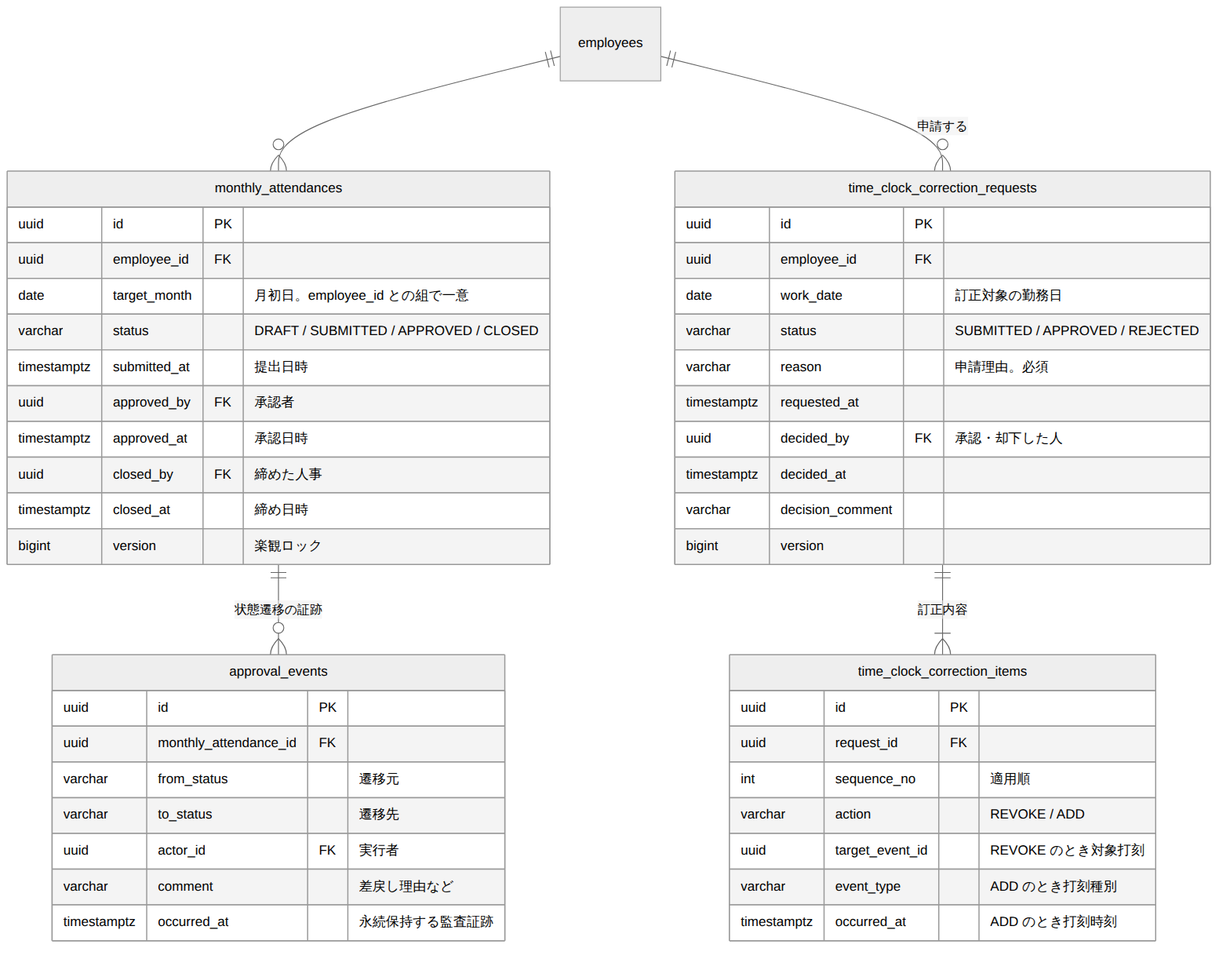
Earlier version of the Mermaid export doc/02_詳細設計/05_申請承認と締め/images/ER図.png (masaki-i02/newJavaProject). Its source is kept beside it as doc/02_詳細設計/05_申請承認と締め/diagrams/ER図.mmd. The source it was exported from:
```mermaid
erDiagram
    employees ||--o{ monthly_attendances : ""
    monthly_attendances ||--o{ approval_events : "状態遷移の証跡"
    employees ||--o{ time_clock_correction_requests : "申請する"
    time_clock_correction_requests ||--|{ time_clock_correction_items : "訂正内容"

    monthly_attendances {
        uuid id PK
        uuid employee_id FK
        date target_month "月初日。employee_id との組で一意"
        varchar status "DRAFT / SUBMITTED / APPROVED / CLOSED"
        timestamptz submitted_at "提出日時"
        uuid approved_by FK "承認者"
        timestamptz approved_at "承認日時"
        uuid closed_by FK "締めた人事"
        timestamptz closed_at "締め日時"
        bigint version "楽観ロック"
    }
    approval_events {
        uuid id PK
        uuid monthly_attendance_id FK
        varchar from_status "遷移元"
        varchar to_status "遷移先"
        uuid actor_id FK "実行者"
        varchar comment "差戻し理由など"
        timestamptz occurred_at "永続保持する監査証跡"
    }
    time_clock_correction_requests {
        uuid id PK
        uuid employee_id FK
        date work_date "訂正対象の勤務日"
        varchar status "SUBMITTED / APPROVED / REJECTED"
        varchar reason "申請理由。必須"
        timestamptz requested_at
        uuid decided_by FK "承認・却下した人"
        timestamptz decided_at
        varchar decision_comment
        bigint version
    }
    time_clock_correction_items {
        uuid id PK
        uuid request_id FK
        int sequence_no "適用順"
        varchar action "REVOKE / ADD"
        uuid target_event_id "REVOKE のとき対象打刻"
        varchar event_type "ADD のとき打刻種別"
        timestamptz occurred_at "ADD のとき打刻時刻"
    }
```
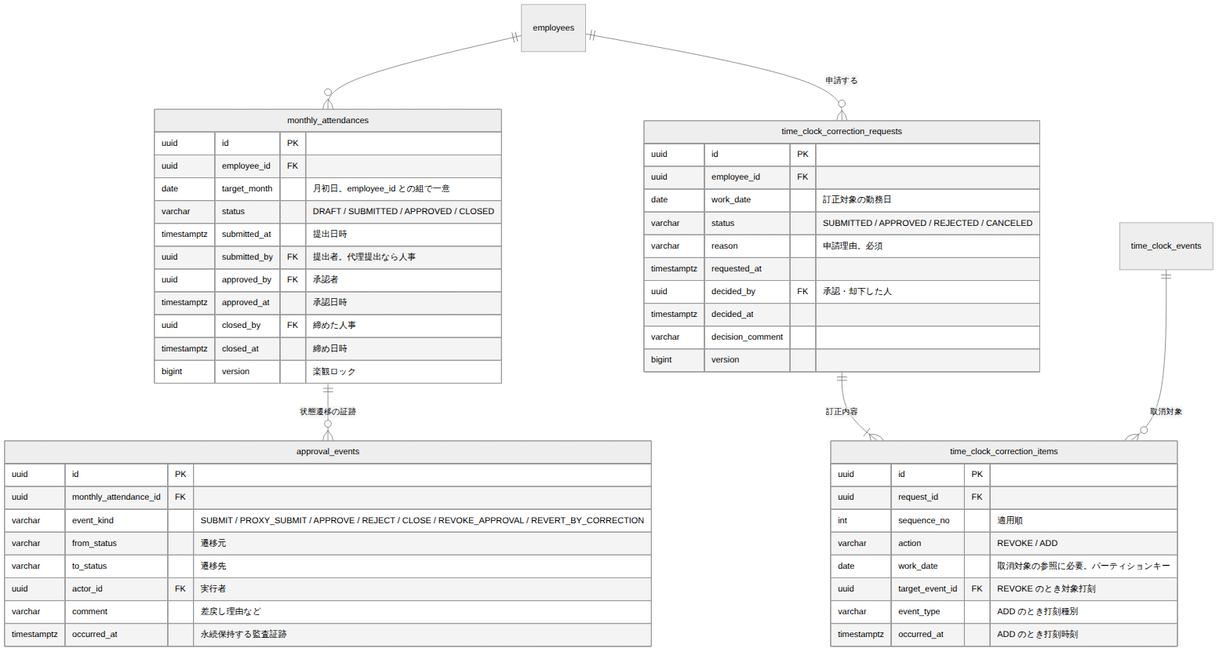
The same file after the commit.

What changed in the source:
```diff
@@ -3,6 +3,7 @@
     monthly_attendances ||--o{ approval_events : "状態遷移の証跡"
     employees ||--o{ time_clock_correction_requests : "申請する"
     time_clock_correction_requests ||--|{ time_clock_correction_items : "訂正内容"
+    time_clock_events ||--o{ time_clock_correction_items : "取消対象"
 
     monthly_attendances {
         uuid id PK
@@ -10,6 +11,7 @@
         date target_month "月初日。employee_id との組で一意"
         varchar status "DRAFT / SUBMITTED / APPROVED / CLOSED"
         timestamptz submitted_at "提出日時"
+        uuid submitted_by FK "提出者。代理提出なら人事"
         uuid approved_by FK "承認者"
         timestamptz approved_at "承認日時"
         uuid closed_by FK "締めた人事"
@@ -19,6 +21,7 @@
     approval_events {
         uuid id PK
         uuid monthly_attendance_id FK
+        varchar event_kind "SUBMIT / PROXY_SUBMIT / APPROVE / REJECT / CLOSE / REVOKE_APPROVAL / REVERT_BY_CORRECTION"
         varchar from_status "遷移元"
         varchar to_status "遷移先"
         uuid actor_id FK "実行者"
@@ -29,7 +32,7 @@
         uuid id PK
         uuid employee_id FK
         date work_date "訂正対象の勤務日"
-        varchar status "SUBMITTED / APPROVED / REJECTED"
+        varchar status "SUBMITTED / APPROVED / REJECTED / CANCELED"
         varchar reason "申請理由。必須"
         timestamptz requested_at
         uuid decided_by FK "承認・却下した人"
@@ -42,7 +45,8 @@
         uuid request_id FK
         int sequence_no "適用順"
         varchar action "REVOKE / ADD"
-        uuid target_event_id "REVOKE のとき対象打刻"
+        date work_date "取消対象の参照に必要。パーティションキー"
+        uuid target_event_id FK "REVOKE のとき対象打刻"
         varchar event_type "ADD のとき打刻種別"
         timestamptz occurred_at "ADD のとき打刻時刻"
     }
```
